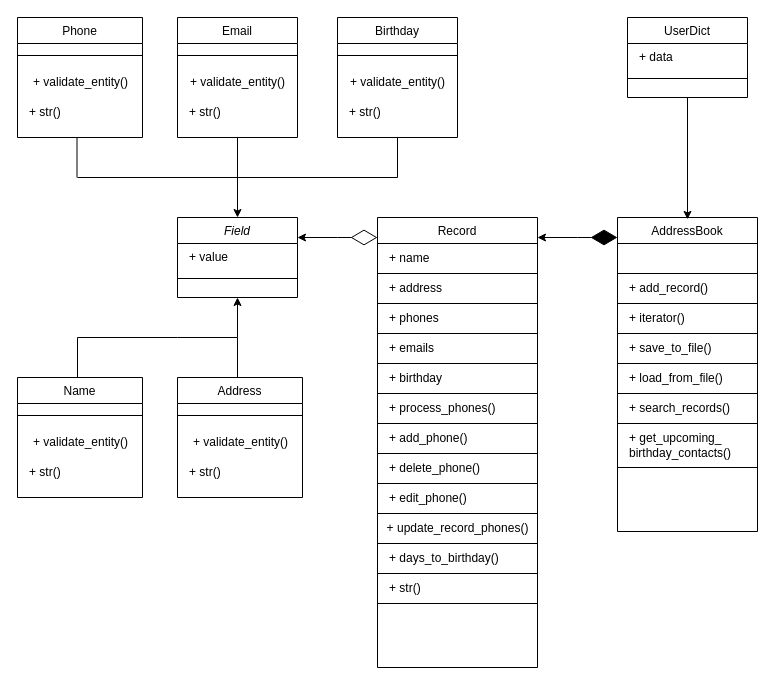
Before: Classes_diagram_SOLID.drawio in Maximus-22/Py16-web-hw01, a draw.io diagram. Source tidied: cells renumbered, new cells numbered last; positions are measured from the earlier drawing's top-left corner, leaving out a move shared by most shapes. Both pictures are drawn from the tidied source at 100%, with x=0, y=0 at pixel (17, 17).
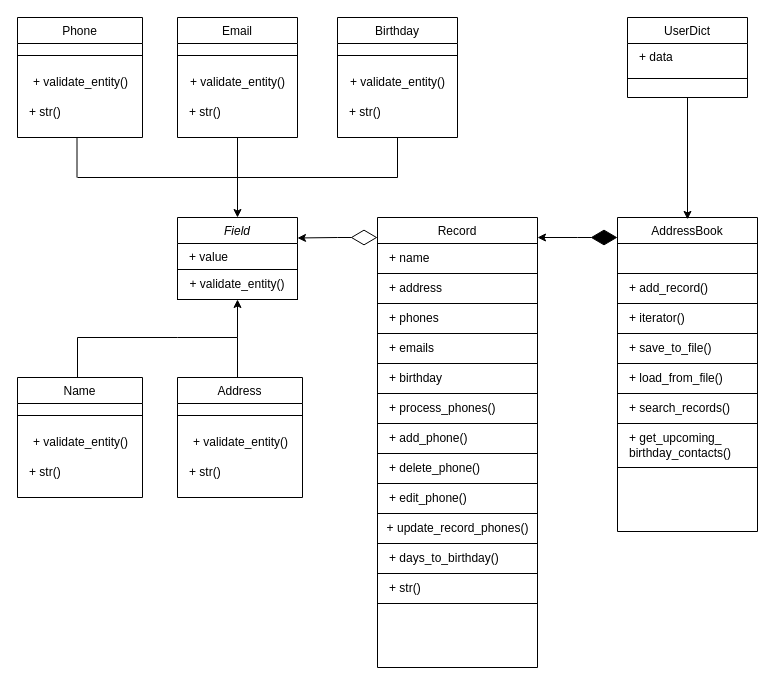
The same page after the edit.

What changed in the source:
```diff
@@
     <mxCell id="2" value="Field" style="swimlane;fontStyle=2;align=center;verticalAlign=top;horizontal=1;startSize=26;rounded=0;shadow=0;strokeWidth=1;" parent="1" vertex="1">
-      <mxGeometry x="160" y="200" width="120" height="80" as="geometry" />
+      <mxGeometry x="160" y="200" width="120" height="82" as="geometry" />
     </mxCell>
@@
-    <mxCell id="4" style="line;html=1;strokeWidth=1;align=left;verticalAlign=middle;spacingTop=-1;spacingLeft=3;spacingRight=3;labelPosition=right;" parent="2" vertex="1">
-      <mxGeometry y="52" width="120" height="18" as="geometry" />
-    </mxCell>
+    <mxCell id="66" value="&lt;div align=&quot;center&quot;&gt;+ validate_entity()&lt;/div&gt;" style="html=1;whiteSpace=wrap;" parent="2" vertex="1">
+      <mxGeometry y="52" width="120" height="30" as="geometry" />
+    </mxCell>
```
